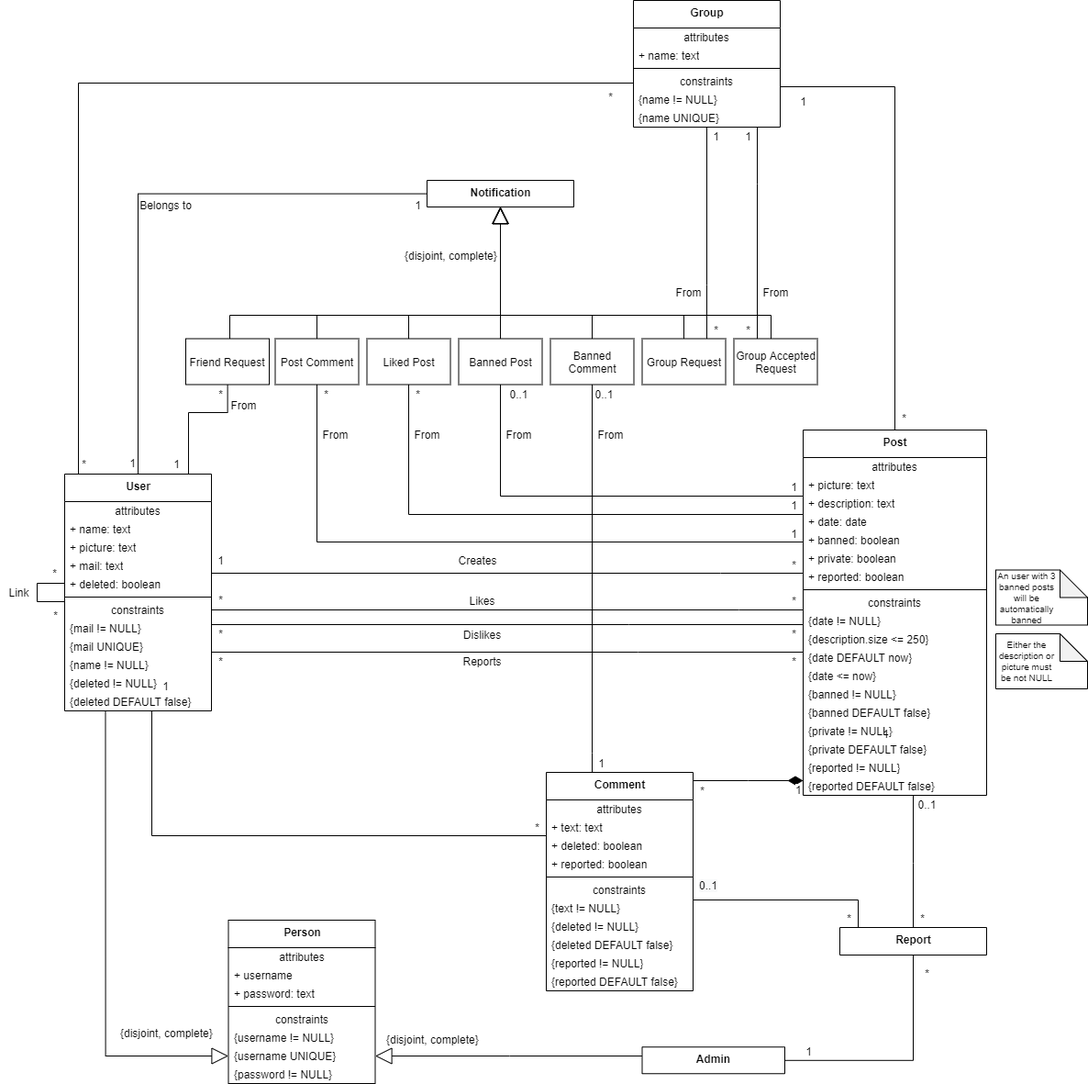
Earlier version of the draw.io export docs/conceptual_data_model.png (nunores/LiNK.ME). Source tidied: cells renumbered, new cells last; positions are measured from the earlier drawing's top-left corner, leaving out a move shared by most shapes.
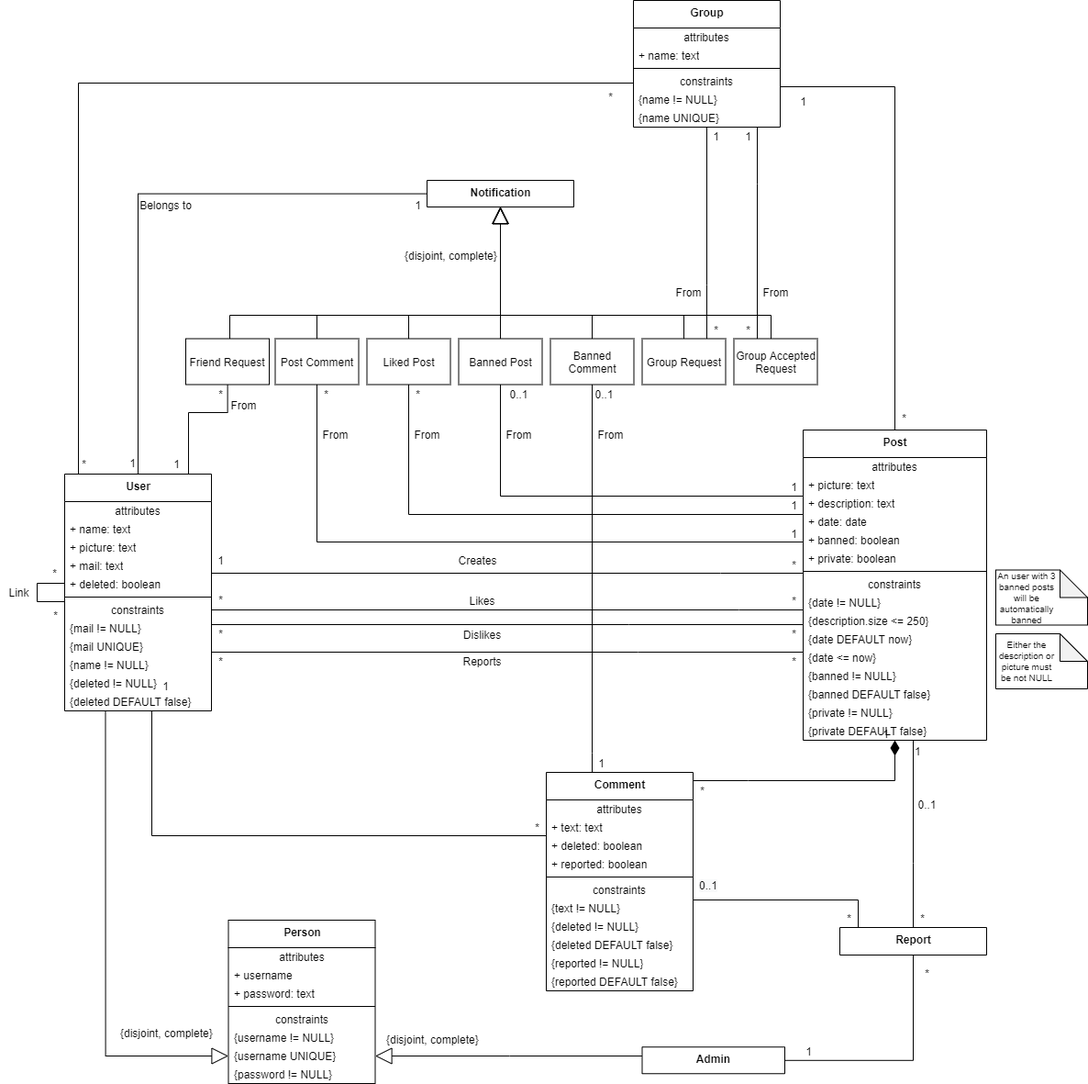
Later version of the same file.

Commit message:
Deleted reported attribute from Post

The edit, as a diff of the source:
```diff
@@ -12,12 +12,12 @@
     <mxCell id="3" value="&lt;b style=&quot;font-size: 12px;&quot;&gt;User&lt;/b&gt;" style="swimlane;fontStyle=0;align=center;verticalAlign=top;horizontal=1;startSize=30;html=1;fontSize=12;" parent="1" vertex="1">
       <mxGeometry x="70" y="516" width="160" height="258" as="geometry" />
     </mxCell>
-    <mxCell id="4" value="attributes" style="text;html=1;strokeColor=none;fillColor=none;align=center;verticalAlign=middle;spacingLeft=4;spacingRight=4;overflow=hidden;fontSize=12;" parent="3" vertex="1">
-      <mxGeometry y="30" width="160" height="20" as="geometry" />
-    </mxCell>
-    <mxCell id="5" value="+ name: text" style="text;html=1;strokeColor=none;fillColor=none;align=left;verticalAlign=middle;spacingLeft=4;spacingRight=4;overflow=hidden;fontSize=12;" parent="3" vertex="1">
-      <mxGeometry y="50" width="160" height="20" as="geometry" />
-    </mxCell>
+    <mxCell id="161" value="attributes" style="text;html=1;strokeColor=none;fillColor=none;align=center;verticalAlign=middle;spacingLeft=4;spacingRight=4;overflow=hidden;fontSize=12;" parent="3" vertex="1">
+      <mxGeometry y="30" width="160" height="20" as="geometry" />
+    </mxCell>
+    <mxCell id="162" value="+ name: text" style="text;html=1;strokeColor=none;fillColor=none;align=left;verticalAlign=middle;spacingLeft=4;spacingRight=4;overflow=hidden;fontSize=12;" parent="3" vertex="1">
+      <mxGeometry y="50" width="160" height="20" as="geometry" />
+    </mxCell>
     <mxCell id="6" value="+ picture: text" style="text;html=1;strokeColor=none;fillColor=none;align=left;verticalAlign=middle;spacingLeft=4;spacingRight=4;overflow=hidden;fontSize=12;" parent="3" vertex="1">
       <mxGeometry y="70" width="160" height="20" as="geometry" />
     </mxCell>
@@ -49,7 +49,7 @@
       <mxGeometry y="238" width="160" height="20" as="geometry" />
     </mxCell>
     <mxCell id="16" value="&lt;b style=&quot;font-size: 12px;&quot;&gt;Post&lt;/b&gt;" style="swimlane;fontStyle=0;align=center;verticalAlign=top;horizontal=1;startSize=30;html=1;fontSize=12;" parent="1" vertex="1">
-      <mxGeometry x="875" y="468" width="200" height="398" as="geometry" />
+      <mxGeometry x="875" y="468" width="200" height="338" as="geometry" />
     </mxCell>
     <mxCell id="17" value="attributes" style="text;html=1;strokeColor=none;fillColor=none;align=center;verticalAlign=middle;spacingLeft=4;spacingRight=4;overflow=hidden;fontSize=12;" parent="16" vertex="1">
       <mxGeometry y="30" width="200" height="20" as="geometry" />
@@ -69,55 +69,46 @@
     <mxCell id="22" value="+ private: boolean" style="text;html=1;strokeColor=none;fillColor=none;align=left;verticalAlign=middle;spacingLeft=4;spacingRight=4;overflow=hidden;fontSize=12;" parent="16" vertex="1">
       <mxGeometry y="130" width="200" height="20" as="geometry" />
     </mxCell>
-    <mxCell id="23" value="+ reported: boolean" style="text;html=1;strokeColor=none;fillColor=none;align=left;verticalAlign=middle;spacingLeft=4;spacingRight=4;overflow=hidden;fontSize=12;" parent="16" vertex="1">
-      <mxGeometry y="150" width="200" height="20" as="geometry" />
-    </mxCell>
-    <mxCell id="24" style="line;strokeWidth=1;fillColor=none;align=left;verticalAlign=middle;spacingTop=-1;spacingLeft=3;spacingRight=3;labelPosition=right;fontSize=12;" parent="16" vertex="1">
-      <mxGeometry y="170" width="200" height="8" as="geometry" />
-    </mxCell>
+    <mxCell id="163" style="line;strokeWidth=1;fillColor=none;align=left;verticalAlign=middle;spacingTop=-1;spacingLeft=3;spacingRight=3;labelPosition=right;fontSize=12;" parent="16" vertex="1">
+      <mxGeometry y="150" width="200" height="8" as="geometry" />
+    </mxCell>
     <mxCell id="25" value="constraints" style="text;html=1;strokeColor=none;fillColor=none;align=center;verticalAlign=middle;spacingLeft=4;spacingRight=4;overflow=hidden;fontSize=12;" parent="16" vertex="1">
-      <mxGeometry y="178" width="200" height="20" as="geometry" />
+      <mxGeometry y="158" width="200" height="20" as="geometry" />
     </mxCell>
     <mxCell id="26" value="{date != NULL}" style="text;html=1;strokeColor=none;fillColor=none;align=left;verticalAlign=middle;spacingLeft=4;spacingRight=4;overflow=hidden;fontSize=12;" parent="16" vertex="1">
-      <mxGeometry y="198" width="200" height="20" as="geometry" />
+      <mxGeometry y="178" width="200" height="20" as="geometry" />
     </mxCell>
     <mxCell id="27" value="{description.size &amp;lt;= 250}" style="text;html=1;strokeColor=none;fillColor=none;align=left;verticalAlign=middle;spacingLeft=4;spacingRight=4;overflow=hidden;fontSize=12;" parent="16" vertex="1">
-      <mxGeometry y="218" width="200" height="20" as="geometry" />
+      <mxGeometry y="198" width="200" height="20" as="geometry" />
     </mxCell>
     <mxCell id="28" value="{date DEFAULT now}" style="text;html=1;strokeColor=none;fillColor=none;align=left;verticalAlign=middle;spacingLeft=4;spacingRight=4;overflow=hidden;fontSize=12;" parent="16" vertex="1">
-      <mxGeometry y="238" width="200" height="20" as="geometry" />
+      <mxGeometry y="218" width="200" height="20" as="geometry" />
     </mxCell>
     <mxCell id="29" value="{date &amp;lt;= now}" style="text;html=1;strokeColor=none;fillColor=none;align=left;verticalAlign=middle;spacingLeft=4;spacingRight=4;overflow=hidden;fontSize=12;" parent="16" vertex="1">
-      <mxGeometry y="258" width="200" height="20" as="geometry" />
+      <mxGeometry y="238" width="200" height="20" as="geometry" />
     </mxCell>
     <mxCell id="30" value="{banned != NULL}" style="text;html=1;strokeColor=none;fillColor=none;align=left;verticalAlign=middle;spacingLeft=4;spacingRight=4;overflow=hidden;fontSize=12;" parent="16" vertex="1">
-      <mxGeometry y="278" width="200" height="20" as="geometry" />
+      <mxGeometry y="258" width="200" height="20" as="geometry" />
     </mxCell>
     <mxCell id="31" value="{banned DEFAULT false}" style="text;html=1;strokeColor=none;fillColor=none;align=left;verticalAlign=middle;spacingLeft=4;spacingRight=4;overflow=hidden;fontSize=12;" parent="16" vertex="1">
-      <mxGeometry y="298" width="200" height="20" as="geometry" />
+      <mxGeometry y="278" width="200" height="20" as="geometry" />
     </mxCell>
     <mxCell id="32" value="{private != NULL}" style="text;html=1;strokeColor=none;fillColor=none;align=left;verticalAlign=middle;spacingLeft=4;spacingRight=4;overflow=hidden;fontSize=12;" parent="16" vertex="1">
-      <mxGeometry y="318" width="200" height="20" as="geometry" />
+      <mxGeometry y="298" width="200" height="20" as="geometry" />
     </mxCell>
     <mxCell id="33" value="{private DEFAULT false}" style="text;html=1;strokeColor=none;fillColor=none;align=left;verticalAlign=middle;spacingLeft=4;spacingRight=4;overflow=hidden;fontSize=12;" parent="16" vertex="1">
-      <mxGeometry y="338" width="200" height="20" as="geometry" />
+      <mxGeometry y="318" width="200" height="20" as="geometry" />
     </mxCell>
-    <mxCell id="34" value="{reported != NULL}" style="text;html=1;strokeColor=none;fillColor=none;align=left;verticalAlign=middle;spacingLeft=4;spacingRight=4;overflow=hidden;fontSize=12;" parent="16" vertex="1">
-      <mxGeometry y="358" width="200" height="20" as="geometry" />
-    </mxCell>
-    <mxCell id="35" value="{reported DEFAULT false}" style="text;html=1;strokeColor=none;fillColor=none;align=left;verticalAlign=middle;spacingLeft=4;spacingRight=4;overflow=hidden;fontSize=12;" parent="16" vertex="1">
-      <mxGeometry y="378" width="200" height="20" as="geometry" />
-    </mxCell>
-    <mxCell id="36" style="edgeStyle=orthogonalEdgeStyle;rounded=0;orthogonalLoop=1;jettySize=auto;html=1;exitX=1;exitY=0.5;exitDx=0;exitDy=0;endArrow=none;endFill=0;fontSize=12;" parent="1" edge="1">
-      <mxGeometry relative="1" as="geometry">
-        <mxPoint x="230" y="619" as="sourcePoint" />
-        <mxPoint x="875" y="624" as="targetPoint" />
-        <Array as="points">
-          <mxPoint x="785" y="624" />
-          <mxPoint x="785" y="624" />
-        </Array>
-      </mxGeometry>
-    </mxCell>
+    <mxCell id="164" style="edgeStyle=orthogonalEdgeStyle;rounded=0;orthogonalLoop=1;jettySize=auto;html=1;exitX=1;exitY=0.5;exitDx=0;exitDy=0;endArrow=none;endFill=0;fontSize=12;" parent="1" edge="1">
+      <mxGeometry relative="1" as="geometry">
+        <mxPoint x="230" y="619" as="sourcePoint" />
+        <mxPoint x="875" y="624" as="targetPoint" />
+        <Array as="points">
+          <mxPoint x="785" y="624" />
+          <mxPoint x="785" y="624" />
+        </Array>
+      </mxGeometry>
+    </mxCell>
     <mxCell id="37" value="Creates" style="text;html=1;align=center;verticalAlign=middle;fontSize=12;" parent="1" vertex="1">
       <mxGeometry x="490" y="600" width="60" height="20" as="geometry" />
     </mxCell>
@@ -133,9 +124,9 @@
     <mxCell id="41" value="&lt;b style=&quot;font-size: 12px;&quot;&gt;Comment&lt;/b&gt;" style="swimlane;fontStyle=0;align=center;verticalAlign=top;horizontal=1;startSize=30;html=1;fontSize=12;" parent="1" vertex="1">
       <mxGeometry x="595" y="841" width="160" height="238" as="geometry" />
     </mxCell>
-    <mxCell id="42" value="attributes" style="text;html=1;strokeColor=none;fillColor=none;align=center;verticalAlign=middle;spacingLeft=4;spacingRight=4;overflow=hidden;fontSize=12;" parent="41" vertex="1">
-      <mxGeometry y="30" width="160" height="20" as="geometry" />
-    </mxCell>
+    <mxCell id="165" value="attributes" style="text;html=1;strokeColor=none;fillColor=none;align=center;verticalAlign=middle;spacingLeft=4;spacingRight=4;overflow=hidden;fontSize=12;" parent="41" vertex="1">
+      <mxGeometry y="30" width="160" height="20" as="geometry" />
+    </mxCell>
     <mxCell id="43" value="+ text: text" style="text;html=1;strokeColor=none;fillColor=none;align=left;verticalAlign=middle;spacingLeft=4;spacingRight=4;overflow=hidden;fontSize=12;" parent="41" vertex="1">
       <mxGeometry y="50" width="160" height="20" as="geometry" />
     </mxCell>
@@ -180,42 +171,42 @@
         </Array>
       </mxGeometry>
     </mxCell>
-    <mxCell id="55" style="edgeStyle=orthogonalEdgeStyle;rounded=0;orthogonalLoop=1;jettySize=auto;html=1;endArrow=none;endFill=0;fontSize=12;" parent="1" edge="1">
-      <mxGeometry relative="1" as="geometry">
-        <mxPoint x="230" y="680" as="sourcePoint" />
-        <mxPoint x="875" y="680" as="targetPoint" />
-        <Array as="points">
-          <mxPoint x="685" y="680" />
-          <mxPoint x="685" y="680" />
-        </Array>
-      </mxGeometry>
-    </mxCell>
-    <mxCell id="56" style="edgeStyle=orthogonalEdgeStyle;rounded=0;orthogonalLoop=1;jettySize=auto;html=1;endArrow=none;endFill=0;fontSize=12;exitX=1;exitY=0.5;exitDx=0;exitDy=0;" parent="1" edge="1">
-      <mxGeometry relative="1" as="geometry">
-        <mxPoint x="230" y="659" as="sourcePoint" />
-        <mxPoint x="875" y="664" as="targetPoint" />
-        <Array as="points">
-          <mxPoint x="805" y="664" />
-          <mxPoint x="805" y="664" />
-        </Array>
-      </mxGeometry>
-    </mxCell>
+    <mxCell id="166" style="edgeStyle=orthogonalEdgeStyle;rounded=0;orthogonalLoop=1;jettySize=auto;html=1;endArrow=none;endFill=0;fontSize=12;" parent="1" edge="1">
+      <mxGeometry relative="1" as="geometry">
+        <mxPoint x="230" y="680" as="sourcePoint" />
+        <mxPoint x="875" y="680" as="targetPoint" />
+        <Array as="points">
+          <mxPoint x="685" y="680" />
+          <mxPoint x="685" y="680" />
+        </Array>
+      </mxGeometry>
+    </mxCell>
+    <mxCell id="167" style="edgeStyle=orthogonalEdgeStyle;rounded=0;orthogonalLoop=1;jettySize=auto;html=1;endArrow=none;endFill=0;fontSize=12;exitX=1;exitY=0.5;exitDx=0;exitDy=0;" parent="1" edge="1">
+      <mxGeometry relative="1" as="geometry">
+        <mxPoint x="230" y="659" as="sourcePoint" />
+        <mxPoint x="875" y="664" as="targetPoint" />
+        <Array as="points">
+          <mxPoint x="805" y="664" />
+          <mxPoint x="805" y="664" />
+        </Array>
+      </mxGeometry>
+    </mxCell>
     <mxCell id="57" value="Likes" style="text;html=1;align=center;verticalAlign=middle;fontSize=12;" parent="1" vertex="1">
       <mxGeometry x="505" y="643.5" width="40" height="20" as="geometry" />
     </mxCell>
     <mxCell id="58" value="Dislikes" style="text;html=1;align=center;verticalAlign=middle;fontSize=12;" parent="1" vertex="1">
       <mxGeometry x="495" y="680.5" width="60" height="20" as="geometry" />
     </mxCell>
-    <mxCell id="59" style="edgeStyle=orthogonalEdgeStyle;rounded=0;orthogonalLoop=1;jettySize=auto;html=1;endArrow=none;endFill=0;fontSize=12;" parent="1" edge="1">
-      <mxGeometry relative="1" as="geometry">
-        <mxPoint x="230" y="710" as="sourcePoint" />
-        <mxPoint x="875" y="710" as="targetPoint" />
-        <Array as="points">
-          <mxPoint x="695" y="710" />
-          <mxPoint x="695" y="710" />
-        </Array>
-      </mxGeometry>
-    </mxCell>
+    <mxCell id="168" style="edgeStyle=orthogonalEdgeStyle;rounded=0;orthogonalLoop=1;jettySize=auto;html=1;endArrow=none;endFill=0;fontSize=12;" parent="1" edge="1">
+      <mxGeometry relative="1" as="geometry">
+        <mxPoint x="230" y="710" as="sourcePoint" />
+        <mxPoint x="875" y="710" as="targetPoint" />
+        <Array as="points">
+          <mxPoint x="695" y="710" />
+          <mxPoint x="695" y="710" />
+        </Array>
+      </mxGeometry>
+    </mxCell>
     <mxCell id="60" value="Reports" style="text;html=1;align=center;verticalAlign=middle;fontSize=12;" parent="1" vertex="1">
       <mxGeometry x="495" y="710" width="60" height="20" as="geometry" />
     </mxCell>
@@ -264,12 +255,12 @@
     <mxCell id="75" value="&lt;b style=&quot;font-size: 12px;&quot;&gt;Group&lt;/b&gt;" style="swimlane;fontStyle=0;align=center;verticalAlign=top;horizontal=1;startSize=30;html=1;fontSize=12;" parent="1" vertex="1">
       <mxGeometry x="690" width="160" height="138" as="geometry" />
     </mxCell>
-    <mxCell id="76" value="attributes" style="text;html=1;strokeColor=none;fillColor=none;align=center;verticalAlign=middle;spacingLeft=4;spacingRight=4;overflow=hidden;fontSize=12;" parent="75" vertex="1">
-      <mxGeometry y="30" width="160" height="20" as="geometry" />
-    </mxCell>
-    <mxCell id="77" value="+ name: text" style="text;html=1;strokeColor=none;fillColor=none;align=left;verticalAlign=middle;spacingLeft=4;spacingRight=4;overflow=hidden;fontSize=12;" parent="75" vertex="1">
-      <mxGeometry y="50" width="160" height="20" as="geometry" />
-    </mxCell>
+    <mxCell id="169" value="attributes" style="text;html=1;strokeColor=none;fillColor=none;align=center;verticalAlign=middle;spacingLeft=4;spacingRight=4;overflow=hidden;fontSize=12;" parent="75" vertex="1">
+      <mxGeometry y="30" width="160" height="20" as="geometry" />
+    </mxCell>
+    <mxCell id="170" value="+ name: text" style="text;html=1;strokeColor=none;fillColor=none;align=left;verticalAlign=middle;spacingLeft=4;spacingRight=4;overflow=hidden;fontSize=12;" parent="75" vertex="1">
+      <mxGeometry y="50" width="160" height="20" as="geometry" />
+    </mxCell>
     <mxCell id="78" style="line;strokeWidth=1;fillColor=none;align=left;verticalAlign=middle;spacingTop=-1;spacingLeft=3;spacingRight=3;labelPosition=right;fontSize=12;" parent="75" vertex="1">
       <mxGeometry y="70" width="160" height="8" as="geometry" />
     </mxCell>
@@ -356,9 +347,9 @@
     <mxCell id="100" value="&lt;b style=&quot;font-size: 12px;&quot;&gt;Person&lt;/b&gt;" style="swimlane;fontStyle=0;align=center;verticalAlign=top;horizontal=1;startSize=30;html=1;fontSize=12;" parent="1" vertex="1">
       <mxGeometry x="248.5" y="1002" width="160" height="178" as="geometry" />
     </mxCell>
-    <mxCell id="101" value="attributes" style="text;html=1;strokeColor=none;fillColor=none;align=center;verticalAlign=middle;spacingLeft=4;spacingRight=4;overflow=hidden;fontSize=12;" parent="100" vertex="1">
-      <mxGeometry y="30" width="160" height="20" as="geometry" />
-    </mxCell>
+    <mxCell id="171" value="attributes" style="text;html=1;strokeColor=none;fillColor=none;align=center;verticalAlign=middle;spacingLeft=4;spacingRight=4;overflow=hidden;fontSize=12;" parent="100" vertex="1">
+      <mxGeometry y="30" width="160" height="20" as="geometry" />
+    </mxCell>
     <mxCell id="102" value="+ username&lt;span style=&quot;color: rgba(0, 0, 0, 0); font-family: monospace; font-size: 12px;&quot;&gt;%3CmxGraphModel%3E%3Croot%3E%3CmxCell%20id%3D%220%22%2F%3E%3CmxCell%20id%3D%221%22%20parent%3D%220%22%2F%3E%3CmxCell%20id%3D%222%22%20value%3D%22%26lt%3Bb%26gt%3BNotification%26lt%3B%2Fb%26gt%3B%22%20style%3D%22swimlane%3BfontStyle%3D0%3Balign%3Dcenter%3BverticalAlign%3Dtop%3BchildLayout%3DstackLayout%3Bhorizontal%3D1%3BstartSize%3D30%3BhorizontalStack%3D0%3BresizeParent%3D1%3BresizeParentMax%3D0%3BresizeLast%3D0%3Bcollapsible%3D0%3BmarginBottom%3D0%3Bhtml%3D1%3B%22%20vertex%3D%221%22%20parent%3D%221%22%3E%3CmxGeometry%20x%3D%22760%22%20y%3D%22490%22%20width%3D%22160%22%20height%3D%22158%22%20as%3D%22geometry%22%2F%3E%3C%2FmxCell%3E%3CmxCell%20id%3D%223%22%20value%3D%22attributes%22%20style%3D%22text%3Bhtml%3D1%3BstrokeColor%3Dnone%3BfillColor%3Dnone%3Balign%3Dcenter%3BverticalAlign%3Dmiddle%3BspacingLeft%3D4%3BspacingRight%3D4%3Boverflow%3Dhidden%3Brotatable%3D0%3Bpoints%3D%5B%5B0%2C0.5%5D%2C%5B1%2C0.5%5D%5D%3BportConstraint%3Deastwest%3B%22%20vertex%3D%221%22%20parent%3D%222%22%3E%3CmxGeometry%20y%3D%2230%22%20width%3D%22160%22%20height%3D%2220%22%20as%3D%22geometry%22%2F%3E%3C%2FmxCell%3E%3CmxCell%20id%3D%224%22%20value%3D%22%2B%20class%3A%20Enum%22%20style%3D%22text%3Bhtml%3D1%3BstrokeColor%3Dnone%3BfillColor%3Dnone%3Balign%3Dleft%3BverticalAlign%3Dmiddle%3BspacingLeft%3D4%3BspacingRight%3D4%3Boverflow%3Dhidden%3Brotatable%3D0%3Bpoints%3D%5B%5B0%2C0.5%5D%2C%5B1%2C0.5%5D%5D%3BportConstraint%3Deastwest%3B%22%20vertex%3D%221%22%20parent%3D%222%22%3E%3CmxGeometry%20y%3D%2250%22%20width%3D%22160%22%20height%3D%2220%22%20as%3D%22geometry%22%2F%3E%3C%2FmxCell%3E%3CmxCell%20id%3D%225%22%20value%3D%22%2B%20text%3A%20String%22%20style%3D%22text%3Bhtml%3D1%3BstrokeColor%3Dnone%3BfillColor%3Dnone%3Balign%3Dleft%3BverticalAlign%3Dmiddle%3BspacingLeft%3D4%3BspacingRight%3D4%3Boverflow%3Dhidden%3Brotatable%3D0%3Bpoints%3D%5B%5B0%2C0.5%5D%2C%5B1%2C0.5%5D%5D%3BportConstraint%3Deastwest%3B%22%20vertex%3D%221%22%20parent%3D%222%22%3E%3CmxGeometry%20y%3D%2270%22%20width%3D%22160%22%20height%3D%2220%22%20as%3D%22geometry%22%2F%3E%3C%2FmxCell%3E%3CmxCell%20id%3D%226%22%20value%3D%22%22%20style%3D%22line%3BstrokeWidth%3D1%3BfillColor%3Dnone%3Balign%3Dleft%3BverticalAlign%3Dmiddle%3BspacingTop%3D-1%3BspacingLeft%3D3%3BspacingRight%3D3%3Brotatable%3D0%3BlabelPosition%3Dright%3Bpoints%3D%5B%5D%3BportConstraint%3Deastwest%3B%22%20vertex%3D%221%22%20parent%3D%222%22%3E%3CmxGeometry%20y%3D%2290%22%20width%3D%22160%22%20height%3D%228%22%20as%3D%22geometry%22%2F%3E%3C%2FmxCell%3E%3CmxCell%20id%3D%227%22%20value%3D%22constraints%22%20style%3D%22text%3Bhtml%3D1%3BstrokeColor%3Dnone%3BfillColor%3Dnone%3Balign%3Dcenter%3BverticalAlign%3Dmiddle%3BspacingLeft%3D4%3BspacingRight%3D4%3Boverflow%3Dhidden%3Brotatable%3D0%3Bpoints%3D%5B%5B0%2C0.5%5D%2C%5B1%2C0.5%5D%5D%3BportConstraint%3Deastwest%3B%22%20vertex%3D%221%22%20parent%3D%222%22%3E%3CmxGeometry%20y%3D%2298%22%20width%3D%22160%22%20height%3D%2220%22%20as%3D%22geometry%22%2F%3E%3C%2FmxCell%3E%3CmxCell%20id%3D%228%22%20value%3D%22%7Bid%20!%3D%20NULL%7D%22%20style%3D%22text%3Bhtml%3D1%3BstrokeColor%3Dnone%3BfillColor%3Dnone%3Balign%3Dleft%3BverticalAlign%3Dmiddle%3BspacingLeft%3D4%3BspacingRight%3D4%3Boverflow%3Dhidden%3Brotatable%3D0%3Bpoints%3D%5B%5B0%2C0.5%5D%2C%5B1%2C0.5%5D%5D%3BportConstraint%3Deastwest%3B%22%20vertex%3D%221%22%20parent%3D%222%22%3E%3CmxGeometry%20y%3D%22118%22%20width%3D%22160%22%20height%3D%2220%22%20as%3D%22geometry%22%2F%3E%3C%2FmxCell%3E%3CmxCell%20id%3D%229%22%20value%3D%22%7Btext%20!%3D%20NULL%7D%22%20style%3D%22text%3Bhtml%3D1%3BstrokeColor%3Dnone%3BfillColor%3Dnone%3Balign%3Dleft%3BverticalAlign%3Dmiddle%3BspacingLeft%3D4%3BspacingRight%3D4%3Boverflow%3Dhidden%3Brotatable%3D0%3Bpoints%3D%5B%5B0%2C0.5%5D%2C%5B1%2C0.5%5D%5D%3BportConstraint%3Deastwest%3B%22%20vertex%3D%221%22%20parent%3D%222%22%3E%3CmxGeometry%20y%3D%22138%22%20width%3D%22160%22%20height%3D%2220%22%20as%3D%22geometry%22%2F%3E%3C%2FmxCell%3E%3C%2Froot%3E%3C%2FmxGraphModel%3E&lt;/span&gt;: text" style="text;html=1;strokeColor=none;fillColor=none;align=left;verticalAlign=middle;spacingLeft=4;spacingRight=4;overflow=hidden;fontSize=12;" parent="100" vertex="1">
       <mxGeometry y="50" width="160" height="20" as="geometry" />
     </mxCell>
```
